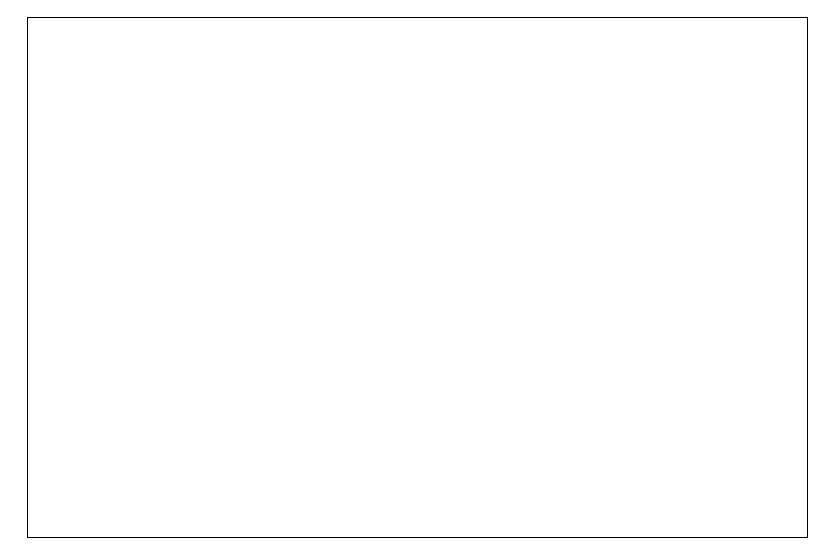
starcalleramethyst/google-2 keeps this draw.io diagram as Untitled Diagram.drawio. Above is the earlier version. Source tidied: cells renumbered, new cells numbered last; positions are measured from the earlier drawing's top-left corner, leaving out a move shared by most shapes. Both pictures are drawn from the tidied source at 100%, with x=0, y=0 at pixel (27, 17).
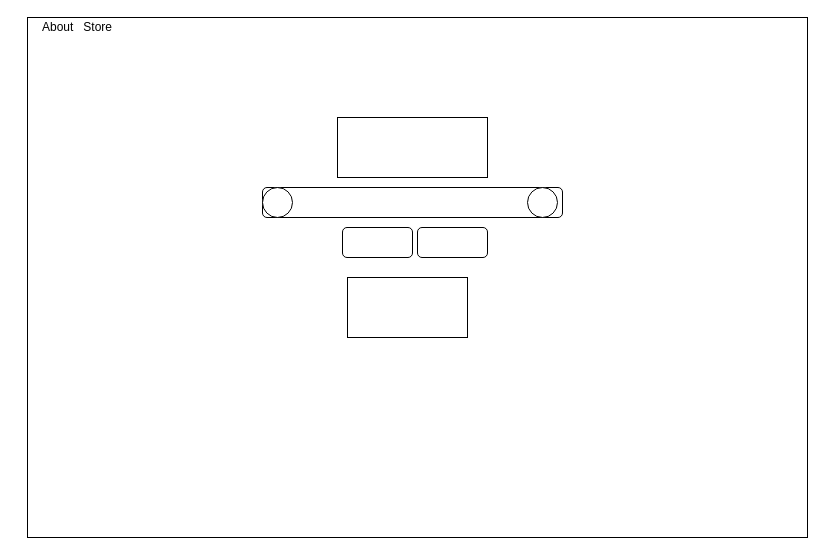
Above is the later version.

Diff of the diagram source:
```diff
@@
 <mxGraphModel>
   <root>
     <mxCell id="0" />
     <mxCell id="1" parent="0" />
     <mxCell id="2" style="rounded=0;whiteSpace=wrap;html=1;" parent="1" vertex="1">
       <mxGeometry width="780" height="520" as="geometry" />
     </mxCell>
+    <mxCell id="3" style="rounded=0;whiteSpace=wrap;html=1;" parent="1" vertex="1">
+      <mxGeometry x="310" y="100" width="150" height="60" as="geometry" />
+    </mxCell>
+    <mxCell id="4" style="rounded=1;whiteSpace=wrap;html=1;" parent="1" vertex="1">
+      <mxGeometry x="235" y="170" width="300" height="30" as="geometry" />
+    </mxCell>
+    <mxCell id="5" style="ellipse;whiteSpace=wrap;html=1;" parent="1" vertex="1">
+      <mxGeometry x="235" y="170" width="30" height="30" as="geometry" />
+    </mxCell>
+    <mxCell id="6" style="ellipse;whiteSpace=wrap;html=1;" parent="1" vertex="1">
+      <mxGeometry x="500" y="170" width="30" height="30" as="geometry" />
+    </mxCell>
+    <mxCell id="7" style="rounded=1;whiteSpace=wrap;html=1;" parent="1" vertex="1">
+      <mxGeometry x="315" y="210" width="70" height="30" as="geometry" />
+    </mxCell>
+    <mxCell id="8" style="rounded=1;whiteSpace=wrap;html=1;" parent="1" vertex="1">
+      <mxGeometry x="390" y="210" width="70" height="30" as="geometry" />
+    </mxCell>
+    <mxCell id="9" style="rounded=0;whiteSpace=wrap;html=1;" parent="1" vertex="1">
+      <mxGeometry x="320" y="260" width="120" height="60" as="geometry" />
+    </mxCell>
+    <mxCell id="10" value="About&amp;nbsp; &amp;nbsp;Store" style="text;html=1;strokeColor=none;fillColor=none;align=center;verticalAlign=middle;whiteSpace=wrap;rounded=0;" parent="1" vertex="1">
+      <mxGeometry x="-10" width="120" height="20" as="geometry" />
+    </mxCell>
   </root>
 </mxGraphModel>
```
